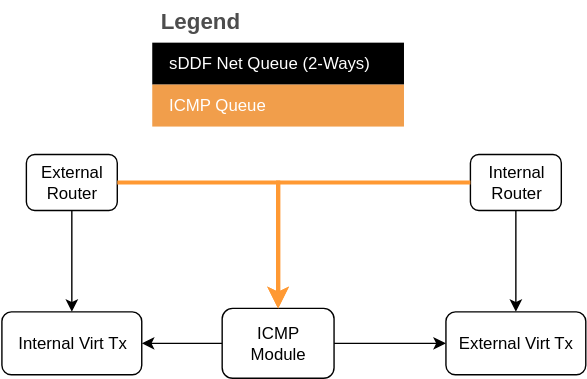
This is static/icmp_module.svg from au-ts/lionsos.org, a draw.io export, as it was before one commit. Source tidied: cells renumbered, new cells last; positions are measured from the earlier drawing's top-left corner, leaving out a move shared by most shapes.
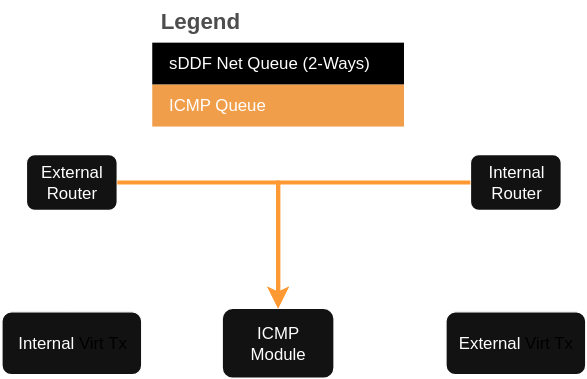
The same diagram one commit later.

Diff of the diagram source:
```diff
@@ -5,22 +5,22 @@
     <mxCell id="2" value="Internal&amp;nbsp;&lt;span style=&quot;background-color: transparent; color: light-dark(rgb(0, 0, 0), rgb(255, 255, 255));&quot;&gt;Virt Tx&lt;/span&gt;" style="rounded=1;whiteSpace=wrap;html=1;" parent="1" vertex="1">
       <mxGeometry x="0.5" y="222.5" width="100" height="45" as="geometry" />
     </mxCell>
-    <mxCell id="3" style="edgeStyle=orthogonalEdgeStyle;rounded=0;jettySize=auto;html=1;entryX=0.5;entryY=0;entryDx=0;entryDy=0;" parent="1" edge="1" source="4" target="17">
+    <mxCell id="3" style="edgeStyle=orthogonalEdgeStyle;rounded=0;jettySize=auto;html=1;entryX=0.5;entryY=0;entryDx=0;entryDy=0;startArrow=classic;startFill=1;" parent="1" edge="1" source="4" target="17">
       <mxGeometry relative="1" as="geometry" />
     </mxCell>
     <mxCell id="4" value="Internal Router" style="rounded=1;whiteSpace=wrap;html=1;" parent="1" vertex="1">
       <mxGeometry x="335.5" y="110" width="65" height="40" as="geometry" />
     </mxCell>
-    <mxCell id="5" style="edgeStyle=orthogonalEdgeStyle;rounded=0;jettySize=auto;html=1;entryX=0.5;entryY=0;entryDx=0;entryDy=0;" parent="1" edge="1" source="6" target="2">
+    <mxCell id="5" style="edgeStyle=orthogonalEdgeStyle;rounded=0;jettySize=auto;html=1;entryX=0.5;entryY=0;entryDx=0;entryDy=0;startArrow=classic;startFill=1;" parent="1" edge="1" source="6" target="2">
       <mxGeometry relative="1" as="geometry" />
     </mxCell>
     <mxCell id="6" value="External Router" style="rounded=1;whiteSpace=wrap;html=1;" parent="1" vertex="1">
       <mxGeometry x="18" y="110" width="65" height="40" as="geometry" />
     </mxCell>
-    <mxCell id="7" style="edgeStyle=orthogonalEdgeStyle;rounded=0;jettySize=auto;html=1;" parent="1" edge="1" source="9" target="2">
+    <mxCell id="7" style="edgeStyle=orthogonalEdgeStyle;rounded=0;jettySize=auto;html=1;startArrow=classic;startFill=1;" parent="1" edge="1" source="9" target="2">
       <mxGeometry relative="1" as="geometry" />
     </mxCell>
-    <mxCell id="8" style="edgeStyle=orthogonalEdgeStyle;rounded=0;jettySize=auto;html=1;exitX=1;exitY=0.5;exitDx=0;exitDy=0;" parent="1" edge="1" source="9" target="17">
+    <mxCell id="8" style="edgeStyle=orthogonalEdgeStyle;rounded=0;jettySize=auto;html=1;exitX=1;exitY=0.5;exitDx=0;exitDy=0;startArrow=classic;startFill=1;" parent="1" edge="1" source="9" target="17">
       <mxGeometry relative="1" as="geometry" />
     </mxCell>
     <mxCell id="9" value="&lt;div&gt;ICMP&lt;/div&gt;&lt;div&gt;Module&lt;/div&gt;" style="rounded=1;whiteSpace=wrap;html=1;" parent="1" vertex="1">
```
